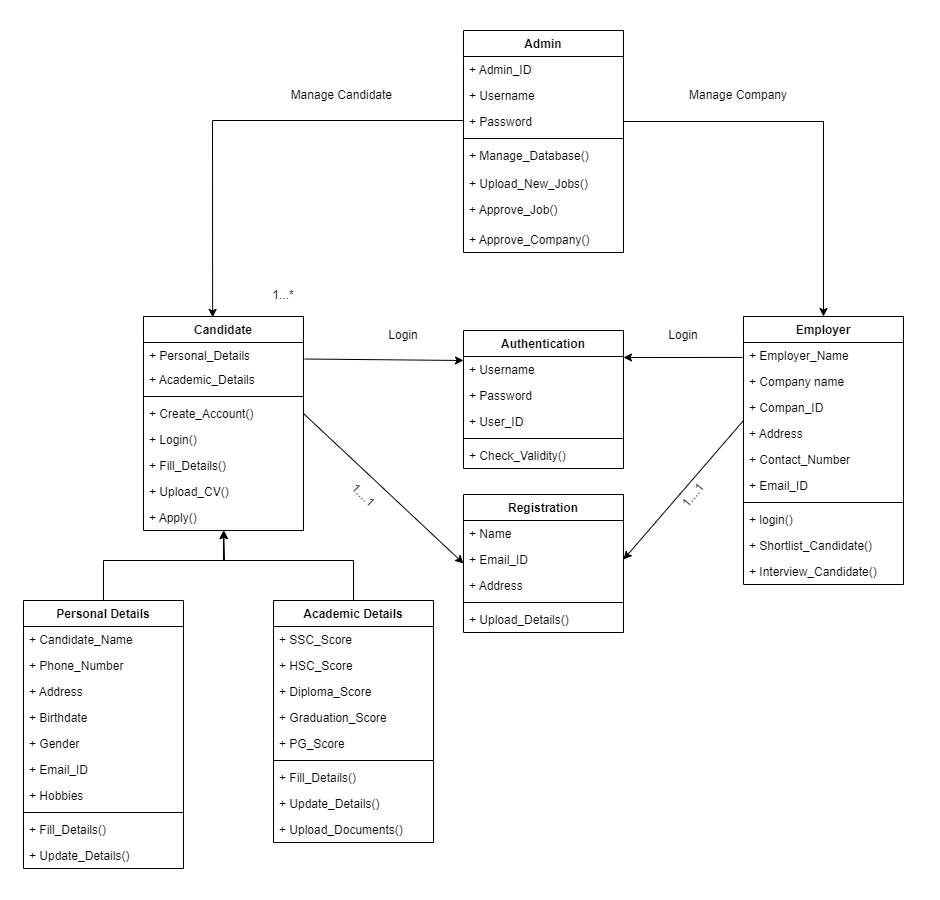
This is DAY 9 - Object Modeling/Class Diagram.drawio.png from SayleeMJ/UST-Prograd-Training, a draw.io export, as it was before one commit. Source tidied: cells renumbered, new cells last; positions are measured from the earlier drawing's top-left corner, leaving out a move shared by most shapes.
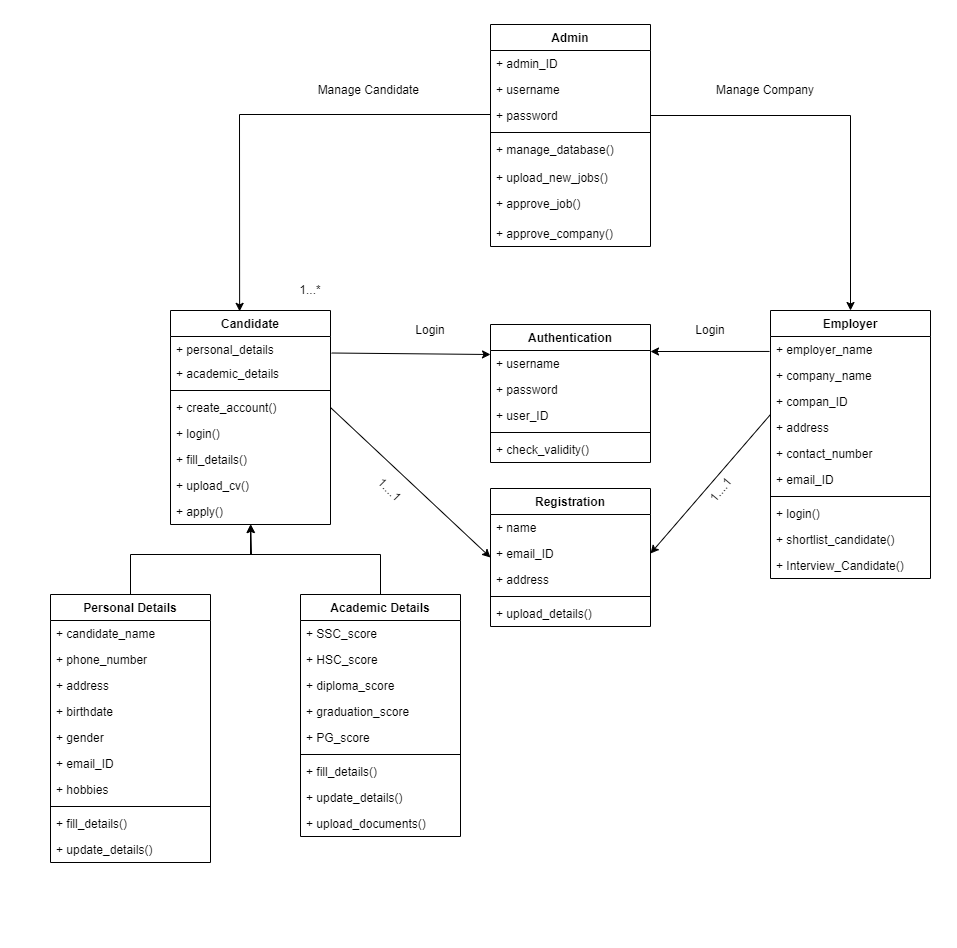
The same file after the commit.

Diff of the diagram source:
```diff
@@ -7,6 +7,6 @@
     </mxCell>
-    <mxCell id="3" value="+ Personal_Details" style="text;strokeColor=none;fillColor=none;align=left;verticalAlign=top;spacingLeft=4;spacingRight=4;overflow=hidden;points=[[0,0.5],[1,0.5]];portConstraint=eastwest;" parent="2" vertex="1">
+    <mxCell id="3" value="+ personal_details" style="text;strokeColor=none;fillColor=none;align=left;verticalAlign=top;spacingLeft=4;spacingRight=4;overflow=hidden;points=[[0,0.5],[1,0.5]];portConstraint=eastwest;" parent="2" vertex="1">
       <mxGeometry y="26" width="160" height="24" as="geometry" />
     </mxCell>
-    <mxCell id="4" value="+ Academic_Details" style="text;strokeColor=none;fillColor=none;align=left;verticalAlign=top;spacingLeft=4;spacingRight=4;overflow=hidden;" parent="2" vertex="1">
+    <mxCell id="4" value="+ academic_details" style="text;strokeColor=none;fillColor=none;align=left;verticalAlign=top;spacingLeft=4;spacingRight=4;overflow=hidden;" parent="2" vertex="1">
       <mxGeometry y="50" width="160" height="26" as="geometry" />
@@ -16,15 +16,15 @@
     </mxCell>
-    <mxCell id="6" value="+ Create_Account()" style="text;strokeColor=none;fillColor=none;align=left;verticalAlign=top;spacingLeft=4;spacingRight=4;overflow=hidden;points=[[0,0.5],[1,0.5]];portConstraint=eastwest;" parent="2" vertex="1">
+    <mxCell id="6" value="+ create_account()" style="text;strokeColor=none;fillColor=none;align=left;verticalAlign=top;spacingLeft=4;spacingRight=4;overflow=hidden;points=[[0,0.5],[1,0.5]];portConstraint=eastwest;" parent="2" vertex="1">
       <mxGeometry y="84" width="160" height="26" as="geometry" />
     </mxCell>
-    <mxCell id="7" value="+ Login()" style="text;strokeColor=none;fillColor=none;align=left;verticalAlign=top;spacingLeft=4;spacingRight=4;overflow=hidden;" parent="2" vertex="1">
+    <mxCell id="7" value="+ login()" style="text;strokeColor=none;fillColor=none;align=left;verticalAlign=top;spacingLeft=4;spacingRight=4;overflow=hidden;" parent="2" vertex="1">
       <mxGeometry y="110" width="160" height="26" as="geometry" />
     </mxCell>
-    <mxCell id="8" value="+ Fill_Details()" style="text;strokeColor=none;fillColor=none;align=left;verticalAlign=top;spacingLeft=4;spacingRight=4;overflow=hidden;" parent="2" vertex="1">
+    <mxCell id="8" value="+ fill_details()" style="text;strokeColor=none;fillColor=none;align=left;verticalAlign=top;spacingLeft=4;spacingRight=4;overflow=hidden;" parent="2" vertex="1">
       <mxGeometry y="136" width="160" height="26" as="geometry" />
     </mxCell>
-    <mxCell id="9" value="+ Upload_CV()" style="text;strokeColor=none;fillColor=none;align=left;verticalAlign=top;spacingLeft=4;spacingRight=4;overflow=hidden;" parent="2" vertex="1">
+    <mxCell id="9" value="+ upload_cv()" style="text;strokeColor=none;fillColor=none;align=left;verticalAlign=top;spacingLeft=4;spacingRight=4;overflow=hidden;" parent="2" vertex="1">
       <mxGeometry y="162" width="160" height="26" as="geometry" />
     </mxCell>
-    <mxCell id="10" value="+ Apply()" style="text;strokeColor=none;fillColor=none;align=left;verticalAlign=top;spacingLeft=4;spacingRight=4;overflow=hidden;points=[[0,0.5],[1,0.5]];portConstraint=eastwest;" parent="2" vertex="1">
+    <mxCell id="10" value="+ apply()" style="text;strokeColor=none;fillColor=none;align=left;verticalAlign=top;spacingLeft=4;spacingRight=4;overflow=hidden;points=[[0,0.5],[1,0.5]];portConstraint=eastwest;" parent="2" vertex="1">
       <mxGeometry y="188" width="160" height="26" as="geometry" />
@@ -34,9 +34,9 @@
     </mxCell>
-    <mxCell id="12" value="+ Admin_ID" style="text;strokeColor=none;fillColor=none;align=left;verticalAlign=top;spacingLeft=4;spacingRight=4;overflow=hidden;" parent="11" vertex="1">
+    <mxCell id="12" value="+ admin_ID" style="text;strokeColor=none;fillColor=none;align=left;verticalAlign=top;spacingLeft=4;spacingRight=4;overflow=hidden;" parent="11" vertex="1">
       <mxGeometry y="26" width="160" height="26" as="geometry" />
     </mxCell>
-    <mxCell id="13" value="+ Username" style="text;strokeColor=none;fillColor=none;align=left;verticalAlign=top;spacingLeft=4;spacingRight=4;overflow=hidden;" parent="11" vertex="1">
+    <mxCell id="13" value="+ username" style="text;strokeColor=none;fillColor=none;align=left;verticalAlign=top;spacingLeft=4;spacingRight=4;overflow=hidden;" parent="11" vertex="1">
       <mxGeometry y="52" width="160" height="26" as="geometry" />
     </mxCell>
-    <mxCell id="14" value="+ Password" style="text;strokeColor=none;fillColor=none;align=left;verticalAlign=top;spacingLeft=4;spacingRight=4;overflow=hidden;points=[[0,0.5],[1,0.5]];portConstraint=eastwest;" parent="11" vertex="1">
+    <mxCell id="14" value="+ password" style="text;strokeColor=none;fillColor=none;align=left;verticalAlign=top;spacingLeft=4;spacingRight=4;overflow=hidden;points=[[0,0.5],[1,0.5]];portConstraint=eastwest;" parent="11" vertex="1">
       <mxGeometry y="78" width="160" height="26" as="geometry" />
@@ -46,12 +46,12 @@
     </mxCell>
-    <mxCell id="16" value="+ Manage_Database()" style="text;strokeColor=none;fillColor=none;align=left;verticalAlign=top;spacingLeft=4;spacingRight=4;overflow=hidden;" parent="11" vertex="1">
+    <mxCell id="16" value="+ manage_database()" style="text;strokeColor=none;fillColor=none;align=left;verticalAlign=top;spacingLeft=4;spacingRight=4;overflow=hidden;" parent="11" vertex="1">
       <mxGeometry y="112" width="160" height="28" as="geometry" />
     </mxCell>
-    <mxCell id="17" value="+ Upload_New_Jobs()" style="text;strokeColor=none;fillColor=none;align=left;verticalAlign=top;spacingLeft=4;spacingRight=4;overflow=hidden;" parent="11" vertex="1">
+    <mxCell id="17" value="+ upload_new_jobs()" style="text;strokeColor=none;fillColor=none;align=left;verticalAlign=top;spacingLeft=4;spacingRight=4;overflow=hidden;" parent="11" vertex="1">
       <mxGeometry y="140" width="160" height="26" as="geometry" />
     </mxCell>
-    <mxCell id="18" value="+ Approve_Job()" style="text;strokeColor=none;fillColor=none;align=left;verticalAlign=top;spacingLeft=4;spacingRight=4;overflow=hidden;" parent="11" vertex="1">
+    <mxCell id="18" value="+ approve_job()" style="text;strokeColor=none;fillColor=none;align=left;verticalAlign=top;spacingLeft=4;spacingRight=4;overflow=hidden;" parent="11" vertex="1">
       <mxGeometry y="166" width="160" height="30" as="geometry" />
     </mxCell>
-    <mxCell id="19" value="+ Approve_Company()" style="text;strokeColor=none;fillColor=none;align=left;verticalAlign=top;spacingLeft=4;spacingRight=4;overflow=hidden;" parent="11" vertex="1">
+    <mxCell id="19" value="+ approve_company()" style="text;strokeColor=none;fillColor=none;align=left;verticalAlign=top;spacingLeft=4;spacingRight=4;overflow=hidden;" parent="11" vertex="1">
       <mxGeometry y="196" width="160" height="26" as="geometry" />
@@ -61,9 +61,9 @@
     </mxCell>
-    <mxCell id="21" value="+ Name" style="text;strokeColor=none;fillColor=none;align=left;verticalAlign=top;spacingLeft=4;spacingRight=4;overflow=hidden;" parent="20" vertex="1">
+    <mxCell id="21" value="+ name" style="text;strokeColor=none;fillColor=none;align=left;verticalAlign=top;spacingLeft=4;spacingRight=4;overflow=hidden;" parent="20" vertex="1">
       <mxGeometry y="26" width="160" height="26" as="geometry" />
     </mxCell>
-    <mxCell id="22" value="+ Email_ID" style="text;strokeColor=none;fillColor=none;align=left;verticalAlign=top;spacingLeft=4;spacingRight=4;overflow=hidden;points=[[0,0.5],[1,0.5]];portConstraint=eastwest;" parent="20" vertex="1">
+    <mxCell id="22" value="+ email_ID" style="text;strokeColor=none;fillColor=none;align=left;verticalAlign=top;spacingLeft=4;spacingRight=4;overflow=hidden;points=[[0,0.5],[1,0.5]];portConstraint=eastwest;" parent="20" vertex="1">
       <mxGeometry y="52" width="160" height="26" as="geometry" />
     </mxCell>
-    <mxCell id="23" value="+ Address" style="text;strokeColor=none;fillColor=none;align=left;verticalAlign=top;spacingLeft=4;spacingRight=4;overflow=hidden;" parent="20" vertex="1">
+    <mxCell id="23" value="+ address" style="text;strokeColor=none;fillColor=none;align=left;verticalAlign=top;spacingLeft=4;spacingRight=4;overflow=hidden;" parent="20" vertex="1">
       <mxGeometry y="78" width="160" height="26" as="geometry" />
@@ -73,3 +73,3 @@
     </mxCell>
-    <mxCell id="25" value="+ Upload_Details()" style="text;strokeColor=none;fillColor=none;align=left;verticalAlign=top;spacingLeft=4;spacingRight=4;overflow=hidden;" parent="20" vertex="1">
+    <mxCell id="25" value="+ upload_details()" style="text;strokeColor=none;fillColor=none;align=left;verticalAlign=top;spacingLeft=4;spacingRight=4;overflow=hidden;" parent="20" vertex="1">
       <mxGeometry y="112" width="160" height="26" as="geometry" />
@@ -79,18 +79,18 @@
     </mxCell>
-    <mxCell id="27" value="+ Employer_Name" style="text;strokeColor=none;fillColor=none;align=left;verticalAlign=top;spacingLeft=4;spacingRight=4;overflow=hidden;" parent="26" vertex="1">
+    <mxCell id="27" value="+ employer_name" style="text;strokeColor=none;fillColor=none;align=left;verticalAlign=top;spacingLeft=4;spacingRight=4;overflow=hidden;" parent="26" vertex="1">
       <mxGeometry y="26" width="160" height="26" as="geometry" />
     </mxCell>
-    <mxCell id="28" value="+ Company name" style="text;strokeColor=none;fillColor=none;align=left;verticalAlign=top;spacingLeft=4;spacingRight=4;overflow=hidden;points=[[0,0.5],[1,0.5]];portConstraint=eastwest;" parent="26" vertex="1">
+    <mxCell id="28" value="+ company_name" style="text;strokeColor=none;fillColor=none;align=left;verticalAlign=top;spacingLeft=4;spacingRight=4;overflow=hidden;points=[[0,0.5],[1,0.5]];portConstraint=eastwest;" parent="26" vertex="1">
       <mxGeometry y="52" width="160" height="26" as="geometry" />
     </mxCell>
-    <mxCell id="29" value="+ Compan_ID" style="text;strokeColor=none;fillColor=none;align=left;verticalAlign=top;spacingLeft=4;spacingRight=4;overflow=hidden;" parent="26" vertex="1">
+    <mxCell id="29" value="+ compan_ID" style="text;strokeColor=none;fillColor=none;align=left;verticalAlign=top;spacingLeft=4;spacingRight=4;overflow=hidden;" parent="26" vertex="1">
       <mxGeometry y="78" width="160" height="26" as="geometry" />
     </mxCell>
-    <mxCell id="30" value="+ Address" style="text;strokeColor=none;fillColor=none;align=left;verticalAlign=top;spacingLeft=4;spacingRight=4;overflow=hidden;" parent="26" vertex="1">
+    <mxCell id="30" value="+ address" style="text;strokeColor=none;fillColor=none;align=left;verticalAlign=top;spacingLeft=4;spacingRight=4;overflow=hidden;" parent="26" vertex="1">
       <mxGeometry y="104" width="160" height="26" as="geometry" />
     </mxCell>
-    <mxCell id="31" value="+ Contact_Number" style="text;strokeColor=none;fillColor=none;align=left;verticalAlign=top;spacingLeft=4;spacingRight=4;overflow=hidden;" parent="26" vertex="1">
+    <mxCell id="31" value="+ contact_number" style="text;strokeColor=none;fillColor=none;align=left;verticalAlign=top;spacingLeft=4;spacingRight=4;overflow=hidden;" parent="26" vertex="1">
       <mxGeometry y="130" width="160" height="26" as="geometry" />
     </mxCell>
-    <mxCell id="32" value="+ Email_ID" style="text;strokeColor=none;fillColor=none;align=left;verticalAlign=top;spacingLeft=4;spacingRight=4;overflow=hidden;" parent="26" vertex="1">
+    <mxCell id="32" value="+ email_ID" style="text;strokeColor=none;fillColor=none;align=left;verticalAlign=top;spacingLeft=4;spacingRight=4;overflow=hidden;" parent="26" vertex="1">
       <mxGeometry y="156" width="160" height="26" as="geometry" />
@@ -103,3 +103,3 @@
     </mxCell>
-    <mxCell id="35" value="+ Shortlist_Candidate()" style="text;strokeColor=none;fillColor=none;align=left;verticalAlign=top;spacingLeft=4;spacingRight=4;overflow=hidden;" parent="26" vertex="1">
+    <mxCell id="35" value="+ shortlist_candidate()" style="text;strokeColor=none;fillColor=none;align=left;verticalAlign=top;spacingLeft=4;spacingRight=4;overflow=hidden;" parent="26" vertex="1">
       <mxGeometry y="216" width="160" height="26" as="geometry" />
@@ -112,9 +112,9 @@
     </mxCell>
-    <mxCell id="38" value="+ Username" style="text;strokeColor=none;fillColor=none;align=left;verticalAlign=top;spacingLeft=4;spacingRight=4;overflow=hidden;" parent="37" vertex="1">
+    <mxCell id="38" value="+ username" style="text;strokeColor=none;fillColor=none;align=left;verticalAlign=top;spacingLeft=4;spacingRight=4;overflow=hidden;" parent="37" vertex="1">
       <mxGeometry y="26" width="160" height="26" as="geometry" />
     </mxCell>
-    <mxCell id="39" value="+ Password" style="text;strokeColor=none;fillColor=none;align=left;verticalAlign=top;spacingLeft=4;spacingRight=4;overflow=hidden;" parent="37" vertex="1">
+    <mxCell id="39" value="+ password" style="text;strokeColor=none;fillColor=none;align=left;verticalAlign=top;spacingLeft=4;spacingRight=4;overflow=hidden;" parent="37" vertex="1">
       <mxGeometry y="52" width="160" height="26" as="geometry" />
     </mxCell>
-    <mxCell id="40" value="+ User_ID" style="text;strokeColor=none;fillColor=none;align=left;verticalAlign=top;spacingLeft=4;spacingRight=4;overflow=hidden;" parent="37" vertex="1">
+    <mxCell id="40" value="+ user_ID" style="text;strokeColor=none;fillColor=none;align=left;verticalAlign=top;spacingLeft=4;spacingRight=4;overflow=hidden;" parent="37" vertex="1">
       <mxGeometry y="78" width="160" height="26" as="geometry" />
@@ -124,3 +124,3 @@
     </mxCell>
-    <mxCell id="42" value="+ Check_Validity()" style="text;strokeColor=none;fillColor=none;align=left;verticalAlign=top;spacingLeft=4;spacingRight=4;overflow=hidden;" parent="37" vertex="1">
+    <mxCell id="42" value="+ check_validity()" style="text;strokeColor=none;fillColor=none;align=left;verticalAlign=top;spacingLeft=4;spacingRight=4;overflow=hidden;" parent="37" vertex="1">
       <mxGeometry y="112" width="160" height="26" as="geometry" />
@@ -184,21 +184,21 @@
     </mxCell>
-    <mxCell id="57" value="+ Candidate_Name" style="text;strokeColor=none;fillColor=none;align=left;verticalAlign=top;spacingLeft=4;spacingRight=4;overflow=hidden;" parent="56" vertex="1">
+    <mxCell id="57" value="+ candidate_name" style="text;strokeColor=none;fillColor=none;align=left;verticalAlign=top;spacingLeft=4;spacingRight=4;overflow=hidden;" parent="56" vertex="1">
       <mxGeometry y="26" width="160" height="26" as="geometry" />
     </mxCell>
-    <mxCell id="58" value="+ Phone_Number" style="text;strokeColor=none;fillColor=none;align=left;verticalAlign=top;spacingLeft=4;spacingRight=4;overflow=hidden;" parent="56" vertex="1">
+    <mxCell id="58" value="+ phone_number" style="text;strokeColor=none;fillColor=none;align=left;verticalAlign=top;spacingLeft=4;spacingRight=4;overflow=hidden;" parent="56" vertex="1">
       <mxGeometry y="52" width="160" height="26" as="geometry" />
     </mxCell>
-    <mxCell id="59" value="+ Address" style="text;strokeColor=none;fillColor=none;align=left;verticalAlign=top;spacingLeft=4;spacingRight=4;overflow=hidden;" parent="56" vertex="1">
+    <mxCell id="59" value="+ address" style="text;strokeColor=none;fillColor=none;align=left;verticalAlign=top;spacingLeft=4;spacingRight=4;overflow=hidden;" parent="56" vertex="1">
       <mxGeometry y="78" width="160" height="26" as="geometry" />
     </mxCell>
-    <mxCell id="60" value="+ Birthdate" style="text;strokeColor=none;fillColor=none;align=left;verticalAlign=top;spacingLeft=4;spacingRight=4;overflow=hidden;" parent="56" vertex="1">
+    <mxCell id="60" value="+ birthdate" style="text;strokeColor=none;fillColor=none;align=left;verticalAlign=top;spacingLeft=4;spacingRight=4;overflow=hidden;" parent="56" vertex="1">
       <mxGeometry y="104" width="160" height="26" as="geometry" />
     </mxCell>
-    <mxCell id="61" value="+ Gender" style="text;strokeColor=none;fillColor=none;align=left;verticalAlign=top;spacingLeft=4;spacingRight=4;overflow=hidden;" parent="56" vertex="1">
+    <mxCell id="61" value="+ gender" style="text;strokeColor=none;fillColor=none;align=left;verticalAlign=top;spacingLeft=4;spacingRight=4;overflow=hidden;" parent="56" vertex="1">
       <mxGeometry y="130" width="160" height="26" as="geometry" />
     </mxCell>
-    <mxCell id="62" value="+ Email_ID" style="text;strokeColor=none;fillColor=none;align=left;verticalAlign=top;spacingLeft=4;spacingRight=4;overflow=hidden;" parent="56" vertex="1">
+    <mxCell id="62" value="+ email_ID" style="text;strokeColor=none;fillColor=none;align=left;verticalAlign=top;spacingLeft=4;spacingRight=4;overflow=hidden;" parent="56" vertex="1">
       <mxGeometry y="156" width="160" height="26" as="geometry" />
     </mxCell>
-    <mxCell id="63" value="+ Hobbies" style="text;strokeColor=none;fillColor=none;align=left;verticalAlign=top;spacingLeft=4;spacingRight=4;overflow=hidden;" parent="56" vertex="1">
+    <mxCell id="63" value="+ hobbies" style="text;strokeColor=none;fillColor=none;align=left;verticalAlign=top;spacingLeft=4;spacingRight=4;overflow=hidden;" parent="56" vertex="1">
       <mxGeometry y="182" width="160" height="26" as="geometry" />
@@ -208,6 +208,6 @@
     </mxCell>
-    <mxCell id="65" value="+ Fill_Details()" style="text;strokeColor=none;fillColor=none;align=left;verticalAlign=top;spacingLeft=4;spacingRight=4;overflow=hidden;" parent="56" vertex="1">
+    <mxCell id="65" value="+ fill_details()" style="text;strokeColor=none;fillColor=none;align=left;verticalAlign=top;spacingLeft=4;spacingRight=4;overflow=hidden;" parent="56" vertex="1">
       <mxGeometry y="216" width="160" height="26" as="geometry" />
     </mxCell>
-    <mxCell id="66" value="+ Update_Details()" style="text;strokeColor=none;fillColor=none;align=left;verticalAlign=top;spacingLeft=4;spacingRight=4;overflow=hidden;" parent="56" vertex="1">
+    <mxCell id="66" value="+ update_details()" style="text;strokeColor=none;fillColor=none;align=left;verticalAlign=top;spacingLeft=4;spacingRight=4;overflow=hidden;" parent="56" vertex="1">
       <mxGeometry y="242" width="160" height="26" as="geometry" />
@@ -217,15 +217,15 @@
     </mxCell>
-    <mxCell id="68" value="+ SSC_Score" style="text;strokeColor=none;fillColor=none;align=left;verticalAlign=top;spacingLeft=4;spacingRight=4;overflow=hidden;" parent="67" vertex="1">
+    <mxCell id="68" value="+ SSC_score" style="text;strokeColor=none;fillColor=none;align=left;verticalAlign=top;spacingLeft=4;spacingRight=4;overflow=hidden;" parent="67" vertex="1">
       <mxGeometry y="26" width="160" height="26" as="geometry" />
     </mxCell>
-    <mxCell id="69" value="+ HSC_Score" style="text;strokeColor=none;fillColor=none;align=left;verticalAlign=top;spacingLeft=4;spacingRight=4;overflow=hidden;" parent="67" vertex="1">
+    <mxCell id="69" value="+ HSC_score" style="text;strokeColor=none;fillColor=none;align=left;verticalAlign=top;spacingLeft=4;spacingRight=4;overflow=hidden;" parent="67" vertex="1">
       <mxGeometry y="52" width="160" height="26" as="geometry" />
     </mxCell>
-    <mxCell id="70" value="+ Diploma_Score" style="text;strokeColor=none;fillColor=none;align=left;verticalAlign=top;spacingLeft=4;spacingRight=4;overflow=hidden;" parent="67" vertex="1">
+    <mxCell id="70" value="+ diploma_score" style="text;strokeColor=none;fillColor=none;align=left;verticalAlign=top;spacingLeft=4;spacingRight=4;overflow=hidden;" parent="67" vertex="1">
       <mxGeometry y="78" width="160" height="26" as="geometry" />
     </mxCell>
-    <mxCell id="71" value="+ Graduation_Score" style="text;strokeColor=none;fillColor=none;align=left;verticalAlign=top;spacingLeft=4;spacingRight=4;overflow=hidden;" parent="67" vertex="1">
+    <mxCell id="71" value="+ graduation_score" style="text;strokeColor=none;fillColor=none;align=left;verticalAlign=top;spacingLeft=4;spacingRight=4;overflow=hidden;" parent="67" vertex="1">
       <mxGeometry y="104" width="160" height="26" as="geometry" />
     </mxCell>
-    <mxCell id="72" value="+ PG_Score" style="text;strokeColor=none;fillColor=none;align=left;verticalAlign=top;spacingLeft=4;spacingRight=4;overflow=hidden;" parent="67" vertex="1">
+    <mxCell id="72" value="+ PG_score" style="text;strokeColor=none;fillColor=none;align=left;verticalAlign=top;spacingLeft=4;spacingRight=4;overflow=hidden;" parent="67" vertex="1">
       <mxGeometry y="130" width="160" height="26" as="geometry" />
@@ -235,9 +235,9 @@
     </mxCell>
-    <mxCell id="74" value="+ Fill_Details()" style="text;strokeColor=none;fillColor=none;align=left;verticalAlign=top;spacingLeft=4;spacingRight=4;overflow=hidden;" parent="67" vertex="1">
+    <mxCell id="74" value="+ fill_details()" style="text;strokeColor=none;fillColor=none;align=left;verticalAlign=top;spacingLeft=4;spacingRight=4;overflow=hidden;" parent="67" vertex="1">
       <mxGeometry y="164" width="160" height="26" as="geometry" />
     </mxCell>
-    <mxCell id="75" value="+ Update_Details()" style="text;strokeColor=none;fillColor=none;align=left;verticalAlign=top;spacingLeft=4;spacingRight=4;overflow=hidden;" parent="67" vertex="1">
+    <mxCell id="75" value="+ update_details()" style="text;strokeColor=none;fillColor=none;align=left;verticalAlign=top;spacingLeft=4;spacingRight=4;overflow=hidden;" parent="67" vertex="1">
       <mxGeometry y="190" width="160" height="26" as="geometry" />
     </mxCell>
-    <mxCell id="76" value="+ Upload_Documents()" style="text;strokeColor=none;fillColor=none;align=left;verticalAlign=top;spacingLeft=4;spacingRight=4;overflow=hidden;" parent="67" vertex="1">
+    <mxCell id="76" value="+ upload_documents()" style="text;strokeColor=none;fillColor=none;align=left;verticalAlign=top;spacingLeft=4;spacingRight=4;overflow=hidden;" parent="67" vertex="1">
       <mxGeometry y="216" width="160" height="26" as="geometry" />
```
